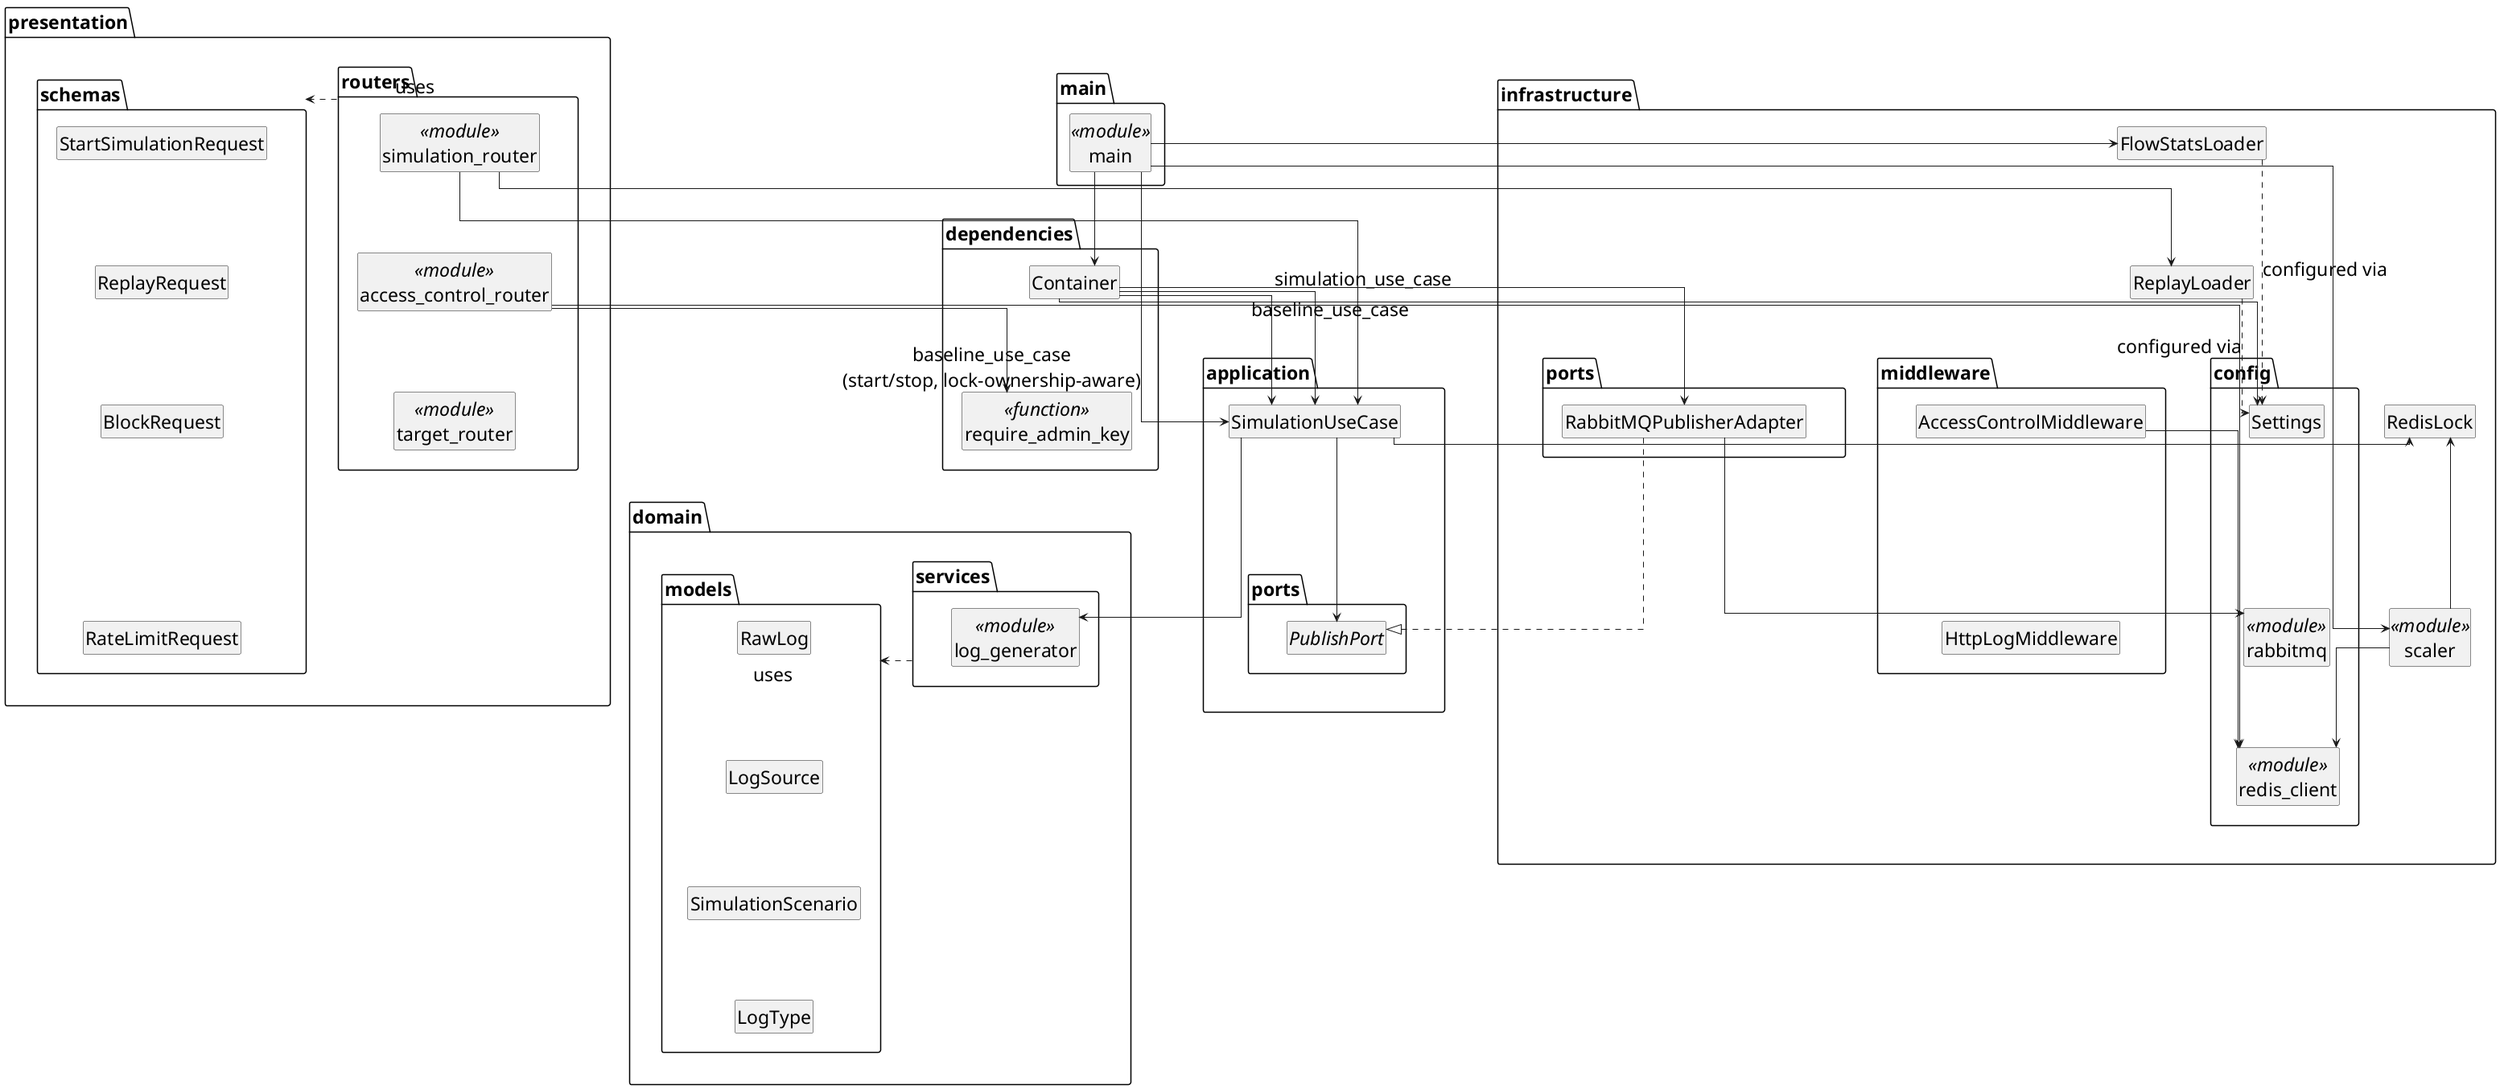
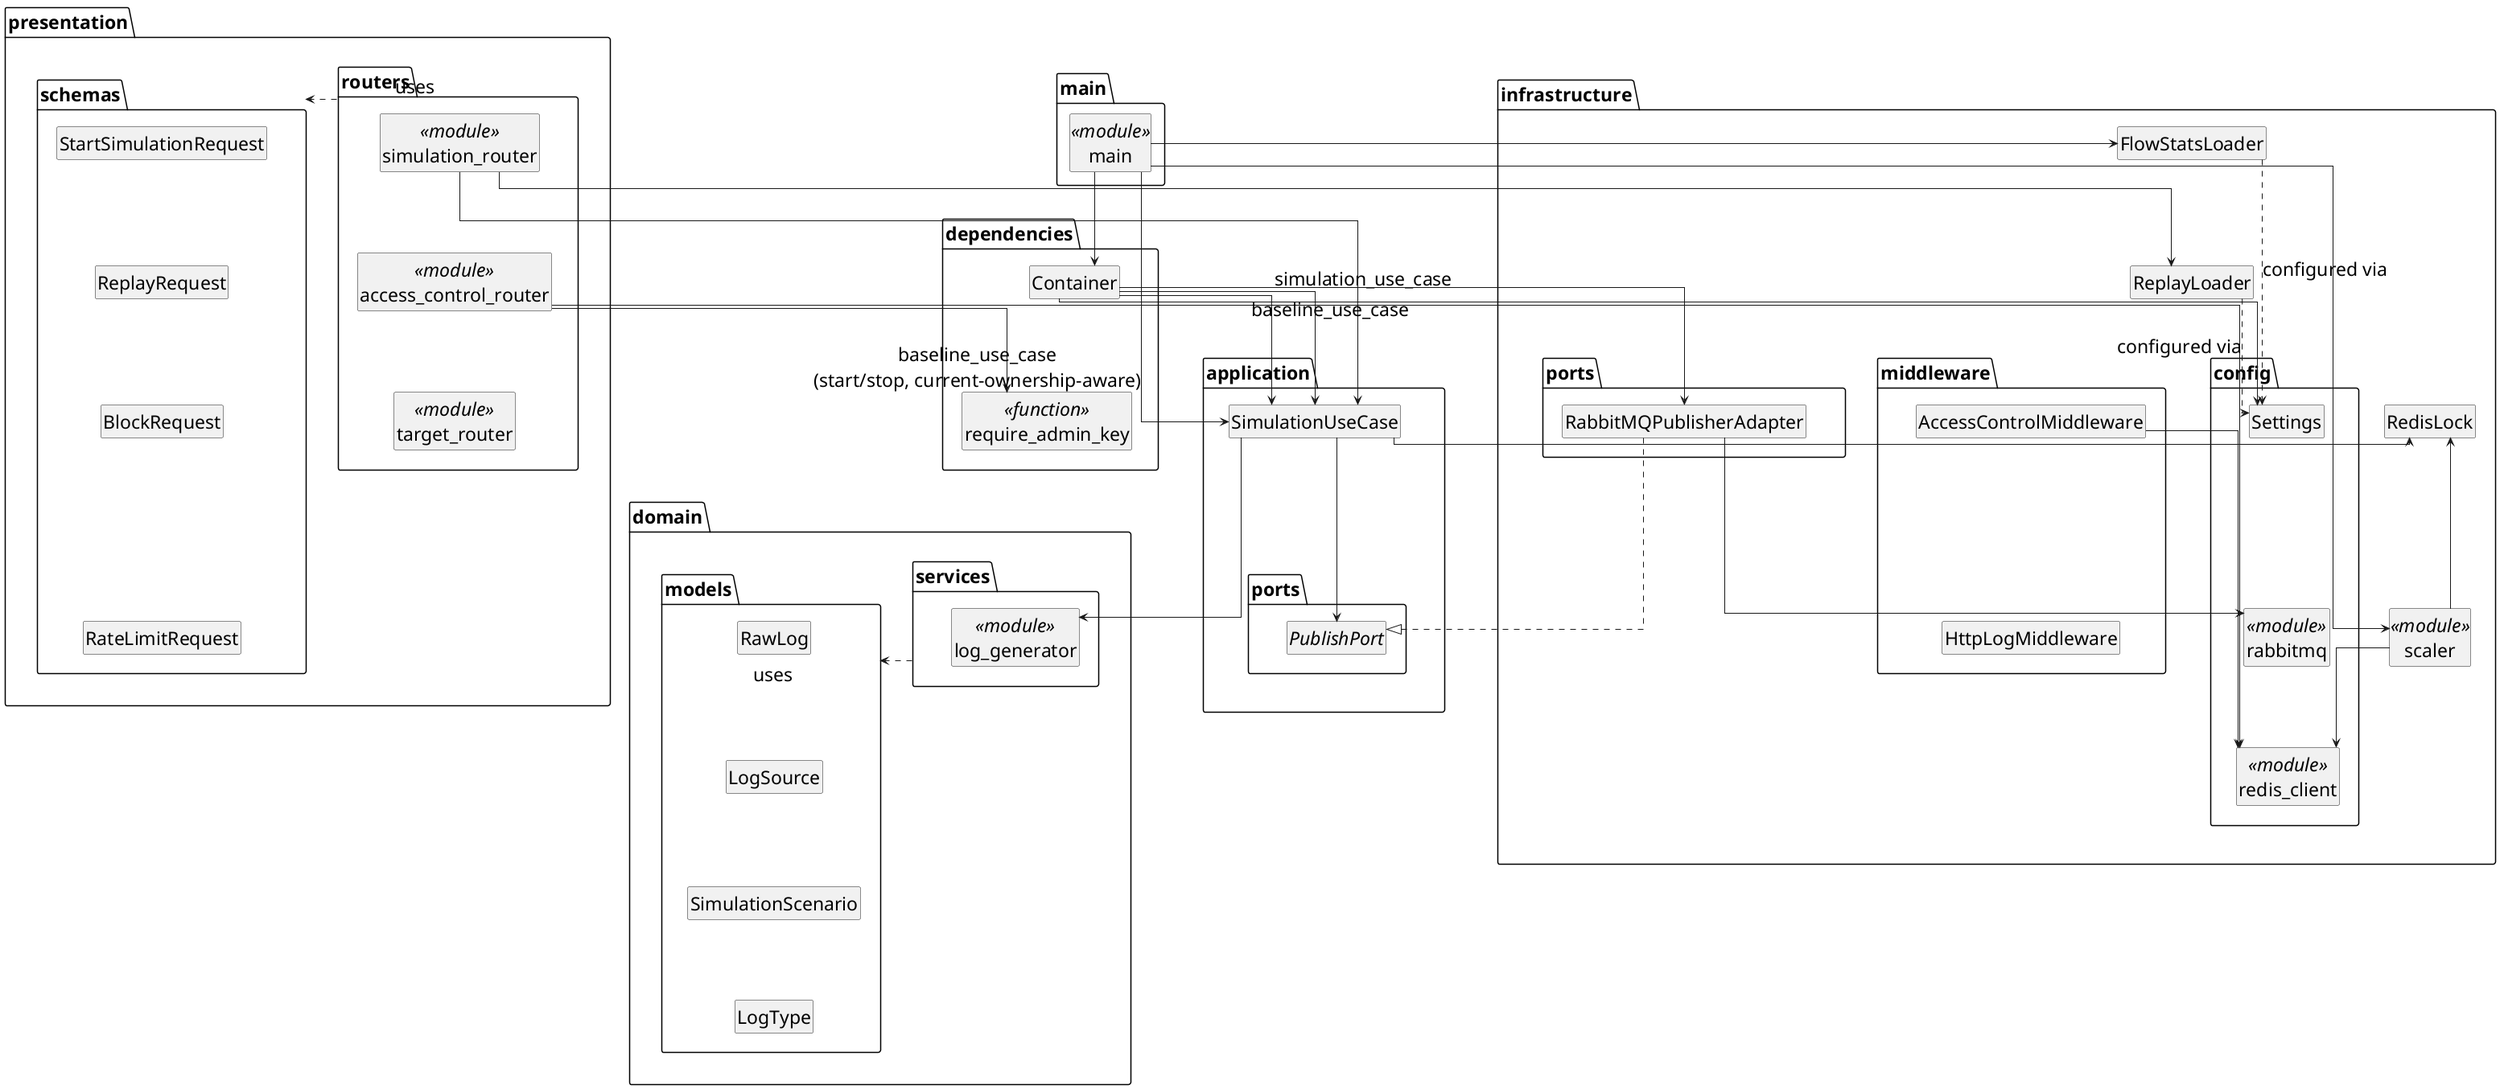
@startuml simulation
top to bottom direction

skinparam packageStyle folder
skinparam linetype ortho
skinparam ranksep 100
skinparam nodesep 40
skinparam DefaultFontSize 23

hide circle
hide empty members

' ---- Layout / Together groups ----
together {
  package "domain.services" {
    class "log_generator" as LogGenerator <<module>>
  }

  package "domain.models" {
    class RawLog
    class LogSource
    class SimulationScenario
    class LogType

    RawLog -[hidden]down- LogSource
    LogSource -[hidden]down- SimulationScenario
    SimulationScenario -[hidden]down- LogType
  }
}

together {
  package application {
    class SimulationUseCase
  }

  package "application.ports" {
    interface PublishPort
  }
}

together {
  package "presentation.routers" {
    class "simulation_router" as SimulationRouter <<module>>
    class "access_control_router" as AccessControlRouter <<module>>
    class "target_router" as TargetRouter <<module>>

    SimulationRouter -[hidden]down- AccessControlRouter
    AccessControlRouter -[hidden]down- TargetRouter
  }

  package "presentation.schemas" {
    class StartSimulationRequest
    class ReplayRequest
    class BlockRequest
    class RateLimitRequest

    StartSimulationRequest -[hidden]down- ReplayRequest
    ReplayRequest -[hidden]down- BlockRequest
    BlockRequest -[hidden]down- RateLimitRequest
  }
}

together {
  package "infrastructure.ports" {
    class RabbitMQPublisherAdapter
  }

  package "infrastructure.middleware" {
    class AccessControlMiddleware
    class HttpLogMiddleware

    AccessControlMiddleware -[hidden]down- HttpLogMiddleware
  }
}

together {
  package infrastructure {
    class FlowStatsLoader
    class ReplayLoader
    class RedisLock
    class "scaler" as Scaler <<module>>

    FlowStatsLoader -[hidden]down- ReplayLoader
    ReplayLoader -[hidden]down- RedisLock
    RedisLock -[hidden]down- Scaler
  }

  package "infrastructure.config" {
    class Settings
    class "rabbitmq" as Rabbitmq <<module>>
    class "redis_client" as Redis <<module>>

    Settings -[hidden]down- Rabbitmq
    Rabbitmq -[hidden]down- Redis
  }
}

together {
  package dependencies {
    class Container
    class "require_admin_key" as AdminAuth <<function>>

    Container -[hidden]down- AdminAuth
  }

  package "main" {
    class "main" as Main <<module>>
  }
}

' ---- Layer Order ----
"domain.services" -[hidden]down- application
application -[hidden]down- "presentation.routers"
"presentation.routers" -[hidden]down- "infrastructure.ports"
"infrastructure.ports" -[hidden]down- infrastructure
infrastructure -[hidden]down- dependencies

"domain.services" -[hidden]right- "domain.models"
application -[hidden]right- "application.ports"
"presentation.routers" -[hidden]right- "presentation.schemas"
"infrastructure.ports" -[hidden]right- "infrastructure.middleware"
infrastructure -[hidden]right- "infrastructure.config"

' ---- presentation ----
SimulationRouter --> SimulationUseCase
SimulationRouter --> ReplayLoader
AccessControlRouter --> AdminAuth
"presentation.routers" ..> "presentation.schemas" : uses

' ---- application ----
SimulationUseCase --> PublishPort
SimulationUseCase --> LogGenerator
SimulationUseCase --> RedisLock

' ---- domain ----
"domain.services" ..> "domain.models" : uses

' ---- infrastructure adapters ----
RabbitMQPublisherAdapter ..|> PublishPort

' ---- infrastructure -> config ----
RabbitMQPublisherAdapter --> Rabbitmq
AccessControlRouter --> Redis
AccessControlMiddleware --> Redis
FlowStatsLoader ..> Settings : configured via
ReplayLoader ..> Settings : configured via
Scaler --> Redis
Scaler --> RedisLock

' ---- DI container wiring ----
' Container declares two independent singleton SimulationUseCase providers,
' each with its own namespaced RedisLock (simulation:lock vs baseline:lock):
' simulation_use_case (namespace "simulation") and baseline_use_case (namespace "baseline").
Container --> SimulationUseCase : simulation_use_case
Container --> SimulationUseCase : baseline_use_case
Container --> RabbitMQPublisherAdapter
Container --> Settings

' ---- main.py lifespan orchestration ----
- ' Owns startup (FlowStatsLoader/init_flow_stats), the scaler background task, and
- ' shutdown — only the worker that actually won the baseline lock calls baseline stop().
+ ' Owns startup (FlowStatsLoader/init_flow_stats), the scaler background task, and a
+ ' baseline watchdog task that re-attempts start() if no worker currently owns the
+ ' baseline (e.g. the original owner was reaped by scale-down) — ownership can move
+ ' between workers after boot. Shutdown calls baseline stop() only if this worker
+ ' currently owns the baseline at that moment, not just whoever won the race at boot.
Main --> Container
Main --> FlowStatsLoader
Main --> Scaler
- Main --> SimulationUseCase : baseline_use_case\n(start/stop, lock-ownership-aware)
+ Main --> SimulationUseCase : baseline_use_case\n(start/stop, current-ownership-aware)

@enduml
